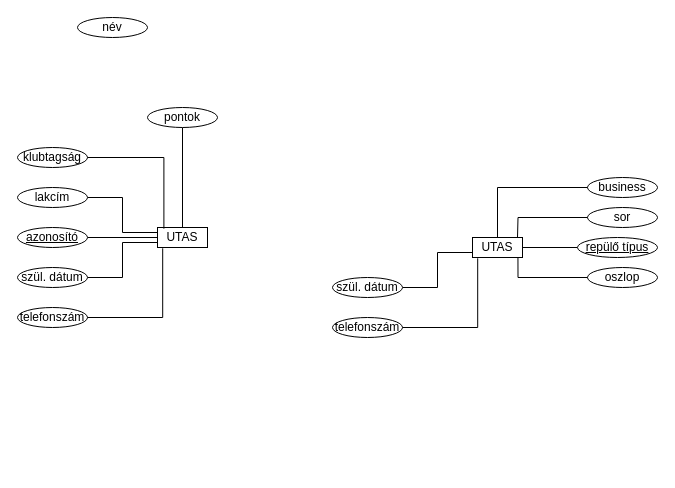
This is adatb2.drawio from Cickanylord/adatblab2, a draw.io file, before an edit. Source tidied: cells renumbered, new cells numbered last; positions are measured from the earlier drawing's top-left corner, leaving out a move shared by most shapes. Both pictures are drawn from the tidied source at 100%, with x=0, y=0 at pixel (17, 17).
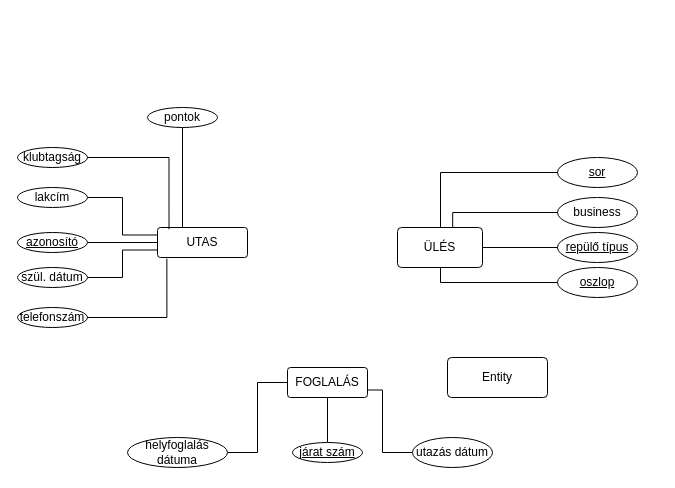
Above is the later version.

The edit, as a diff of the source:
```diff
@@
-    <mxCell id="2" value="UTAS" style="rounded=0;whiteSpace=wrap;html=1;" parent="1" vertex="1">
-      <mxGeometry x="140" y="210" width="50" height="20" as="geometry" />
+    <mxCell id="2" value="UTAS" style="rounded=1;arcSize=10;whiteSpace=wrap;html=1;align=center;" parent="1" vertex="1">
+      <mxGeometry x="140" y="210" width="90" height="30" as="geometry" />
     </mxCell>
@@
     <mxCell id="4" value="&lt;u&gt;azonosító&lt;/u&gt;" style="ellipse;whiteSpace=wrap;html=1;" parent="1" vertex="1">
-      <mxGeometry y="210" width="70" height="20" as="geometry" />
+      <mxGeometry y="215" width="70" height="20" as="geometry" />
     </mxCell>
@@
-    <mxCell id="11" value="név" style="ellipse;whiteSpace=wrap;html=1;" parent="1" vertex="1">
-      <mxGeometry x="60" width="70" height="20" as="geometry" />
-    </mxCell>
@@
-    <mxCell id="17" value="UTAS" style="rounded=0;whiteSpace=wrap;html=1;" parent="1" vertex="1">
-      <mxGeometry x="455" y="220" width="50" height="20" as="geometry" />
+    <mxCell id="17" value="ÜLÉS" style="rounded=1;arcSize=10;whiteSpace=wrap;html=1;align=center;er;" parent="1" vertex="1">
+      <mxGeometry x="380" y="210" width="85" height="40" as="geometry" />
     </mxCell>
     <mxCell id="18" style="edgeStyle=orthogonalEdgeStyle;rounded=0;jettySize=auto;html=1;exitX=0;exitY=0.5;exitDx=0;exitDy=0;endArrow=none;endFill=0;" parent="1" edge="1" source="19" target="17">
-      <mxGeometry relative="1" as="geometry" />
+      <mxGeometry relative="1" as="geometry">
+        <Array as="points">
+          <mxPoint x="560" y="230" />
+        </Array>
+      </mxGeometry>
     </mxCell>
     <mxCell id="19" value="&lt;u&gt;repülő típus&lt;/u&gt;" style="ellipse;whiteSpace=wrap;html=1;" parent="1" vertex="1">
-      <mxGeometry x="560" y="220" width="80" height="20" as="geometry" />
+      <mxGeometry x="540" y="215" width="80" height="30" as="geometry" />
     </mxCell>
-    <mxCell id="20" style="edgeStyle=orthogonalEdgeStyle;rounded=0;jettySize=auto;html=1;entryX=0;entryY=0.75;entryDx=0;entryDy=0;endArrow=none;endFill=0;" parent="1" edge="1" source="21" target="17">
-      <mxGeometry relative="1" as="geometry" />
-    </mxCell>
-    <mxCell id="21" value="szül. dátum" style="ellipse;whiteSpace=wrap;html=1;" parent="1" vertex="1">
-      <mxGeometry x="315" y="260" width="70" height="20" as="geometry" />
-    </mxCell>
+    <mxCell id="30" style="edgeStyle=orthogonalEdgeStyle;rounded=0;jettySize=auto;html=1;endArrow=none;endFill=0;" parent="1" edge="1" source="22" target="17">
+      <mxGeometry relative="1" as="geometry">
+        <Array as="points">
+          <mxPoint x="423" y="265" />
+        </Array>
+      </mxGeometry>
+    </mxCell>
-    <mxCell id="22" value="oszlop" style="ellipse;whiteSpace=wrap;html=1;" parent="1" vertex="1">
-      <mxGeometry x="570" y="250" width="70" height="20" as="geometry" />
+    <mxCell id="22" value="oszlop" style="ellipse;whiteSpace=wrap;html=1;fontStyle=4;" parent="1" vertex="1">
+      <mxGeometry x="540" y="250" width="80" height="30" as="geometry" />
     </mxCell>
-    <mxCell id="23" value="sor" style="ellipse;whiteSpace=wrap;html=1;" parent="1" vertex="1">
-      <mxGeometry x="570" y="190" width="70" height="20" as="geometry" />
+    <mxCell id="23" value="sor" style="ellipse;whiteSpace=wrap;html=1;fontStyle=4;" parent="1" vertex="1">
+      <mxGeometry x="540" y="140" width="80" height="30" as="geometry" />
     </mxCell>
-    <mxCell id="24" value="telefonszám" style="ellipse;whiteSpace=wrap;html=1;" parent="1" vertex="1">
-      <mxGeometry x="315" y="300" width="70" height="20" as="geometry" />
-    </mxCell>
     <mxCell id="25" value="business" style="ellipse;whiteSpace=wrap;html=1;" parent="1" vertex="1">
-      <mxGeometry x="570" y="160" width="70" height="20" as="geometry" />
+      <mxGeometry x="540" y="180" width="80" height="30" as="geometry" />
     </mxCell>
-    <mxCell id="26" style="edgeStyle=orthogonalEdgeStyle;rounded=0;jettySize=auto;html=1;entryX=0.5;entryY=0;entryDx=0;entryDy=0;endArrow=none;endFill=0;" parent="1" edge="1" source="25" target="17">
-      <mxGeometry relative="1" as="geometry">
-        <Array as="points">
-          <mxPoint x="480" y="170" />
-        </Array>
-      </mxGeometry>
-    </mxCell>
-    <mxCell id="27" style="edgeStyle=orthogonalEdgeStyle;rounded=0;jettySize=auto;html=1;exitX=1;exitY=0.5;exitDx=0;exitDy=0;endArrow=none;endFill=0;entryX=0.104;entryY=1.04;entryDx=0;entryDy=0;entryPerimeter=0;" parent="1" edge="1" source="24" target="17">
-      <mxGeometry relative="1" as="geometry" />
-    </mxCell>
@@
-    <mxCell id="29" style="edgeStyle=orthogonalEdgeStyle;rounded=0;jettySize=auto;html=1;endArrow=none;endFill=0;" parent="1" edge="1" source="23">
+    <mxCell id="29" style="edgeStyle=orthogonalEdgeStyle;rounded=0;jettySize=auto;html=1;endArrow=none;endFill=0;" parent="1" edge="1" source="23" target="17">
       <mxGeometry relative="1" as="geometry">
-        <mxPoint x="500" y="220" as="targetPoint" />
+        <Array as="points">
+          <mxPoint x="423" y="155" />
+        </Array>
       </mxGeometry>
     </mxCell>
-    <mxCell id="30" style="edgeStyle=orthogonalEdgeStyle;rounded=0;jettySize=auto;html=1;entryX=0.909;entryY=0.986;entryDx=0;entryDy=0;entryPerimeter=0;endArrow=none;endFill=0;" parent="1" edge="1" source="22" target="17">
-      <mxGeometry relative="1" as="geometry" />
-    </mxCell>
+    <mxCell id="31" value="FOGLALÁS" style="rounded=1;arcSize=10;whiteSpace=wrap;html=1;align=center;" parent="1" vertex="1">
+      <mxGeometry x="270" y="350" width="80" height="30" as="geometry" />
+    </mxCell>
+    <mxCell id="32" style="edgeStyle=orthogonalEdgeStyle;rounded=0;jettySize=auto;html=1;entryX=0;entryY=0.5;entryDx=0;entryDy=0;fontStyle=4;endArrow=none;endFill=0;" parent="1" edge="1" source="33" target="31">
+      <mxGeometry relative="1" as="geometry" />
+    </mxCell>
+    <mxCell id="33" value="&lt;span&gt;helyfoglalás dátuma&lt;/span&gt;" style="ellipse;whiteSpace=wrap;html=1;fontStyle=0;" parent="1" vertex="1">
+      <mxGeometry x="110" y="420" width="100" height="30" as="geometry" />
+    </mxCell>
+    <mxCell id="34" style="edgeStyle=orthogonalEdgeStyle;rounded=0;jettySize=auto;html=1;endArrow=none;endFill=0;" parent="1" edge="1" source="35" target="31">
+      <mxGeometry relative="1" as="geometry" />
+    </mxCell>
+    <mxCell id="35" value="járat szám" style="ellipse;whiteSpace=wrap;html=1;fontStyle=4;" parent="1" vertex="1">
+      <mxGeometry x="275" y="425" width="70" height="20" as="geometry" />
+    </mxCell>
+    <mxCell id="36" style="edgeStyle=orthogonalEdgeStyle;rounded=0;jettySize=auto;html=1;entryX=1;entryY=0.75;entryDx=0;entryDy=0;endArrow=none;endFill=0;" parent="1" edge="1" source="37" target="31">
+      <mxGeometry relative="1" as="geometry">
+        <Array as="points">
+          <mxPoint x="365" y="435" />
+          <mxPoint x="365" y="372" />
+        </Array>
+      </mxGeometry>
+    </mxCell>
+    <mxCell id="37" value="utazás dátum" style="ellipse;whiteSpace=wrap;html=1;" parent="1" vertex="1">
+      <mxGeometry x="395" y="420" width="80" height="30" as="geometry" />
+    </mxCell>
+    <mxCell id="38" style="edgeStyle=orthogonalEdgeStyle;rounded=0;orthogonalLoop=1;jettySize=auto;html=1;exitX=0.5;exitY=1;exitDx=0;exitDy=0;" parent="1" edge="1" source="35" target="35">
+      <mxGeometry relative="1" as="geometry" />
+    </mxCell>
+    <mxCell id="26" style="edgeStyle=orthogonalEdgeStyle;rounded=0;jettySize=auto;html=1;entryX=0.649;entryY=-0.007;entryDx=0;entryDy=0;entryPerimeter=0;endArrow=none;endFill=0;" parent="1" edge="1" source="25" target="17">
+      <mxGeometry relative="1" as="geometry">
+        <Array as="points">
+          <mxPoint x="435" y="195" />
+        </Array>
+      </mxGeometry>
+    </mxCell>
+    <mxCell id="39" value="Entity" style="rounded=1;arcSize=10;whiteSpace=wrap;html=1;align=center;" parent="1" vertex="1">
+      <mxGeometry x="430" y="340" width="100" height="40" as="geometry" />
+    </mxCell>
```
